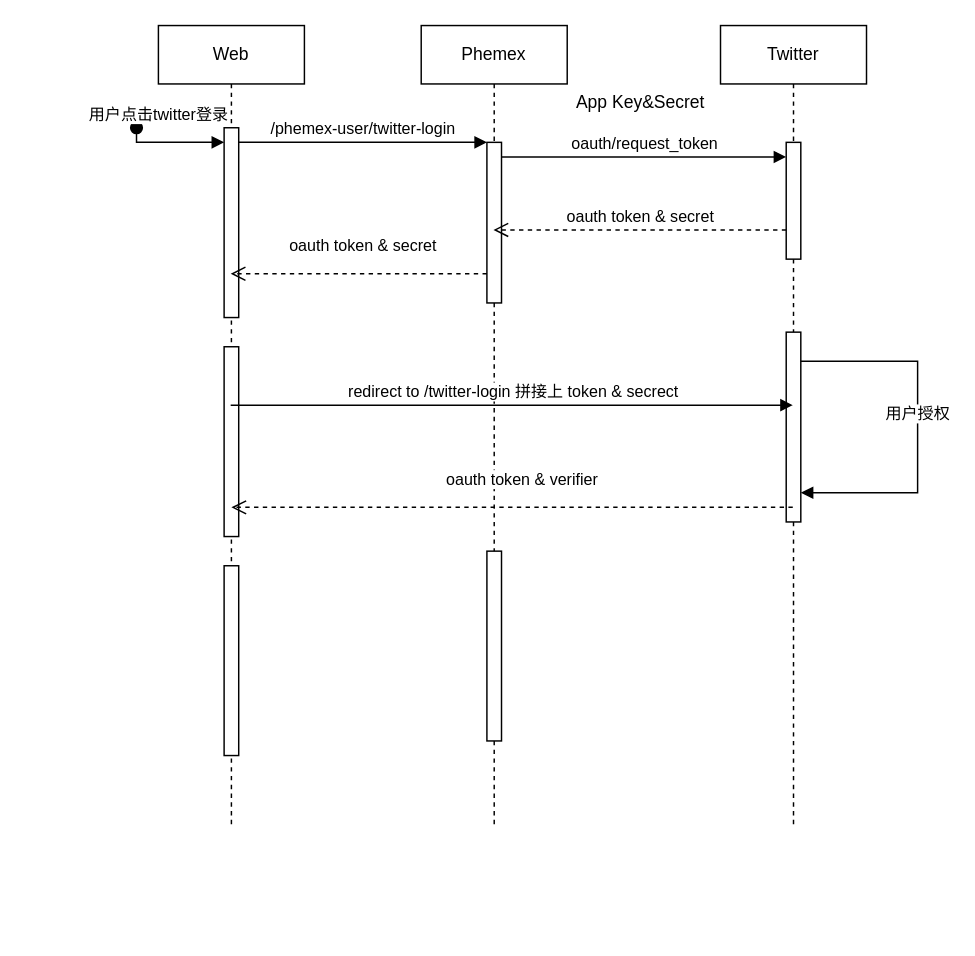
Earlier version of the draw.io diagram twitter-login.drawio (AC-YoY/diagram-storage). Source tidied: cells renumbered, new cells numbered last; positions are measured from the earlier drawing's top-left corner, leaving out a move shared by most shapes. Both pictures are drawn from the tidied source at 146%, with x=0, y=0 at pixel (136, 25).
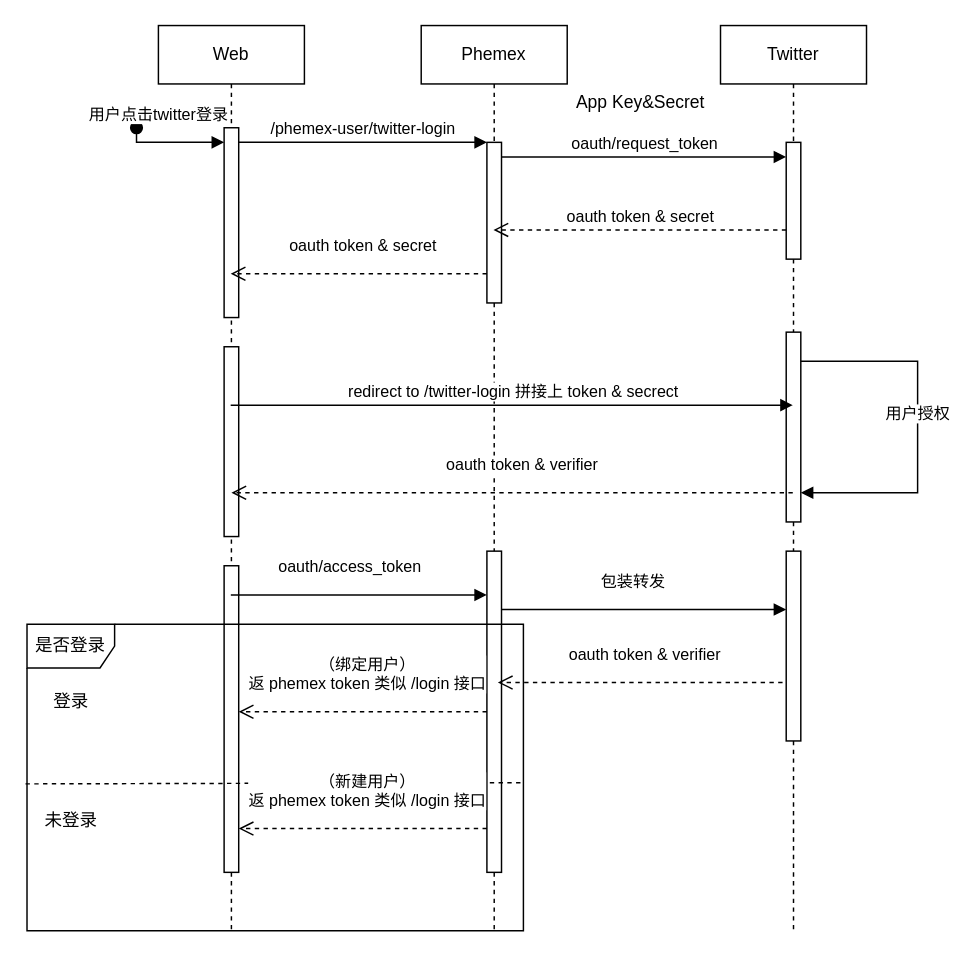
The same page after the edit.

What changed in the source:
```diff
@@
     <mxCell id="2" value="Web" style="shape=umlLifeline;perimeter=lifelinePerimeter;whiteSpace=wrap;html=1;outlineConnect=0;portConstraint=eastwest;newEdgeStyle={&quot;edgeStyle&quot;:&quot;elbowEdgeStyle&quot;,&quot;elbow&quot;:&quot;vertical&quot;,&quot;curved&quot;:0,&quot;rounded&quot;:0};" parent="1" vertex="1">
-      <mxGeometry x="15" width="100" height="550" as="geometry" />
+      <mxGeometry x="15" width="100" height="620" as="geometry" />
     </mxCell>
@@
     <mxCell id="6" style="html=1;points=[];perimeter=orthogonalPerimeter;outlineConnect=0;targetShapes=umlLifeline;portConstraint=eastwest;newEdgeStyle={&quot;edgeStyle&quot;:&quot;elbowEdgeStyle&quot;,&quot;elbow&quot;:&quot;vertical&quot;,&quot;curved&quot;:0,&quot;rounded&quot;:0};" parent="2" vertex="1">
-      <mxGeometry x="45" y="370" width="10" height="130" as="geometry" />
+      <mxGeometry x="45" y="370" width="10" height="210" as="geometry" />
     </mxCell>
     <mxCell id="7" value="Phemex" style="shape=umlLifeline;perimeter=lifelinePerimeter;whiteSpace=wrap;html=1;outlineConnect=0;portConstraint=eastwest;newEdgeStyle={&quot;edgeStyle&quot;:&quot;elbowEdgeStyle&quot;,&quot;elbow&quot;:&quot;vertical&quot;,&quot;curved&quot;:0,&quot;rounded&quot;:0};" parent="1" vertex="1">
-      <mxGeometry x="195" width="100" height="550" as="geometry" />
+      <mxGeometry x="195" width="100" height="620" as="geometry" />
     </mxCell>
@@
     <mxCell id="9" style="html=1;points=[];perimeter=orthogonalPerimeter;outlineConnect=0;targetShapes=umlLifeline;portConstraint=eastwest;newEdgeStyle={&quot;edgeStyle&quot;:&quot;elbowEdgeStyle&quot;,&quot;elbow&quot;:&quot;vertical&quot;,&quot;curved&quot;:0,&quot;rounded&quot;:0};" parent="7" vertex="1">
-      <mxGeometry x="45" y="360" width="10" height="130" as="geometry" />
+      <mxGeometry x="45" y="360" width="10" height="220" as="geometry" />
     </mxCell>
@@
     <mxCell id="12" value="Twitter" style="shape=umlLifeline;perimeter=lifelinePerimeter;whiteSpace=wrap;html=1;outlineConnect=0;portConstraint=eastwest;newEdgeStyle={&quot;edgeStyle&quot;:&quot;elbowEdgeStyle&quot;,&quot;elbow&quot;:&quot;vertical&quot;,&quot;curved&quot;:0,&quot;rounded&quot;:0};" parent="1" vertex="1">
-      <mxGeometry x="400" width="100" height="550" as="geometry" />
+      <mxGeometry x="400" width="100" height="620" as="geometry" />
     </mxCell>
@@
+    <mxCell id="21" style="html=1;points=[];perimeter=orthogonalPerimeter;outlineConnect=0;targetShapes=umlLifeline;portConstraint=eastwest;newEdgeStyle={&quot;edgeStyle&quot;:&quot;elbowEdgeStyle&quot;,&quot;elbow&quot;:&quot;vertical&quot;,&quot;curved&quot;:0,&quot;rounded&quot;:0};" parent="12" vertex="1">
+      <mxGeometry x="45" y="360" width="10" height="130" as="geometry" />
+    </mxCell>
@@
-    <mxCell id="20" value="oauth token &amp;amp;&amp;nbsp;verifier" style="html=1;verticalAlign=bottom;endArrow=open;dashed=1;endSize=8;edgeStyle=elbowEdgeStyle;elbow=vertical;curved=0;rounded=0;" parent="1" edge="1" source="12">
+    <mxCell id="20" value="oauth token &amp;amp;&amp;nbsp;verifier" style="html=1;verticalAlign=bottom;endArrow=open;dashed=1;endSize=8;edgeStyle=elbowEdgeStyle;elbow=vertical;curved=0;rounded=0;" parent="1" edge="1">
       <mxGeometry x="-0.03" y="-10" relative="1" as="geometry">
-        <mxPoint x="65" y="330" as="targetPoint" />
+        <mxPoint x="449.5" y="320" as="sourcePoint" />
+        <mxPoint x="65" y="320" as="targetPoint" />
         <Array as="points">
-          <mxPoint x="220" y="330" />
+          <mxPoint x="220" y="320" />
         </Array>
       </mxGeometry>
     </mxCell>
+    <mxCell id="22" value="oauth/access_token" style="html=1;verticalAlign=bottom;endArrow=block;edgeStyle=elbowEdgeStyle;rounded=0;" parent="1" edge="1">
+      <mxGeometry x="-0.08" y="10" relative="1" as="geometry">
+        <mxPoint x="64.6" y="390" as="sourcePoint" />
+        <mxPoint x="240" y="390" as="targetPoint" />
+        <Array as="points">
+          <mxPoint x="175" y="390" />
+        </Array>
+      </mxGeometry>
+    </mxCell>
+    <mxCell id="23" value="包装转发" style="html=1;verticalAlign=bottom;endArrow=block;edgeStyle=elbowEdgeStyle;rounded=0;" parent="1" edge="1" source="9" target="21">
+      <mxGeometry x="-0.08" y="10" relative="1" as="geometry">
+        <Array as="points">
+          <mxPoint x="367.7" y="400" />
+        </Array>
+      </mxGeometry>
+    </mxCell>
+    <mxCell id="24" value="oauth token &amp;amp;&amp;nbsp;verifier" style="html=1;verticalAlign=bottom;endArrow=open;dashed=1;endSize=8;edgeStyle=elbowEdgeStyle;elbow=vertical;curved=0;rounded=0;" parent="1" edge="1">
+      <mxGeometry x="-0.03" y="-10" relative="1" as="geometry">
+        <mxPoint x="442.5" y="450" as="sourcePoint" />
+        <mxPoint x="247.5" y="450" as="targetPoint" />
+        <Array as="points">
+          <mxPoint x="362.5" y="450" />
+        </Array>
+      </mxGeometry>
+    </mxCell>
+    <mxCell id="25" value="（绑定用户）&lt;br&gt;返 phemex token 类似 /login 接口" style="html=1;verticalAlign=bottom;endArrow=open;dashed=1;endSize=8;edgeStyle=elbowEdgeStyle;elbow=vertical;curved=0;rounded=0;" parent="1" edge="1" source="9" target="6">
+      <mxGeometry x="-0.03" y="-10" relative="1" as="geometry">
+        <Array as="points">
+          <mxPoint x="170" y="470" />
+        </Array>
+      </mxGeometry>
+    </mxCell>
+    <mxCell id="26" value="是否登录" style="shape=umlFrame;whiteSpace=wrap;html=1;" parent="1" vertex="1">
+      <mxGeometry x="-75" y="410" width="340" height="210" as="geometry" />
+    </mxCell>
+    <mxCell id="27" style="endArrow=none;dashed=1;html=1;rounded=0;exitX=-0.003;exitY=0.521;exitDx=0;exitDy=0;exitPerimeter=0;entryX=1;entryY=0.517;entryDx=0;entryDy=0;entryPerimeter=0;" parent="1" edge="1" source="26" target="26">
+      <mxGeometry relative="1" as="geometry" />
+    </mxCell>
+    <mxCell id="28" value="登录" style="text;html=1;align=center;verticalAlign=middle;strokeColor=none;fillColor=none;" parent="1" vertex="1">
+      <mxGeometry x="-70" y="448" width="50" height="30" as="geometry" />
+    </mxCell>
+    <mxCell id="29" value="未登录" style="text;html=1;align=center;verticalAlign=middle;strokeColor=none;fillColor=none;" parent="1" vertex="1">
+      <mxGeometry x="-75" y="530" width="60" height="30" as="geometry" />
+    </mxCell>
+    <mxCell id="30" value="（新建用户）&lt;br&gt;返 phemex token 类似 /login 接口" style="html=1;verticalAlign=bottom;endArrow=open;dashed=1;endSize=8;edgeStyle=elbowEdgeStyle;elbow=vertical;curved=0;rounded=0;" parent="1" edge="1" source="9" target="6">
+      <mxGeometry x="-0.03" y="-10" relative="1" as="geometry">
+        <Array as="points">
+          <mxPoint x="175" y="550" />
+        </Array>
+      </mxGeometry>
+    </mxCell>
```
